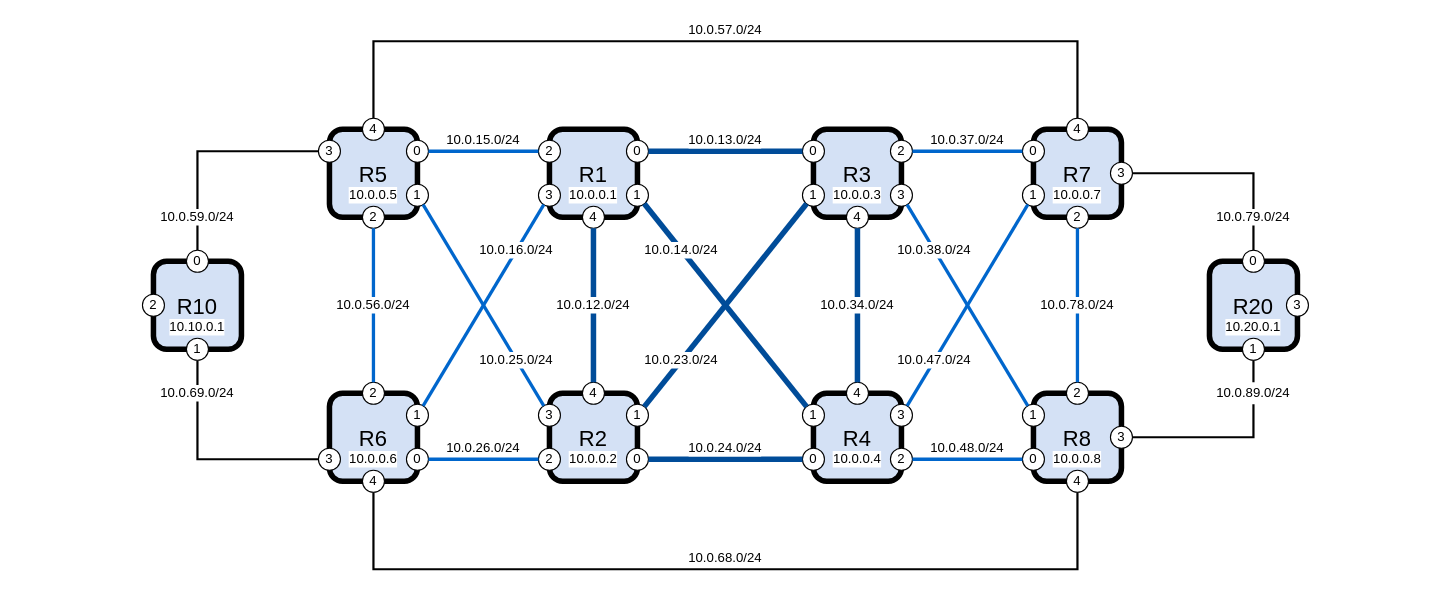
Above: topology/topology.drawio in omaxx/vlab (draw.io), before the change. Source tidied: cells renumbered, new cells numbered last; positions are measured from the earlier drawing's top-left corner, leaving out a move shared by most shapes. Both pictures are drawn from the tidied source at 110%, with x=0, y=0 at pixel (142, 19).
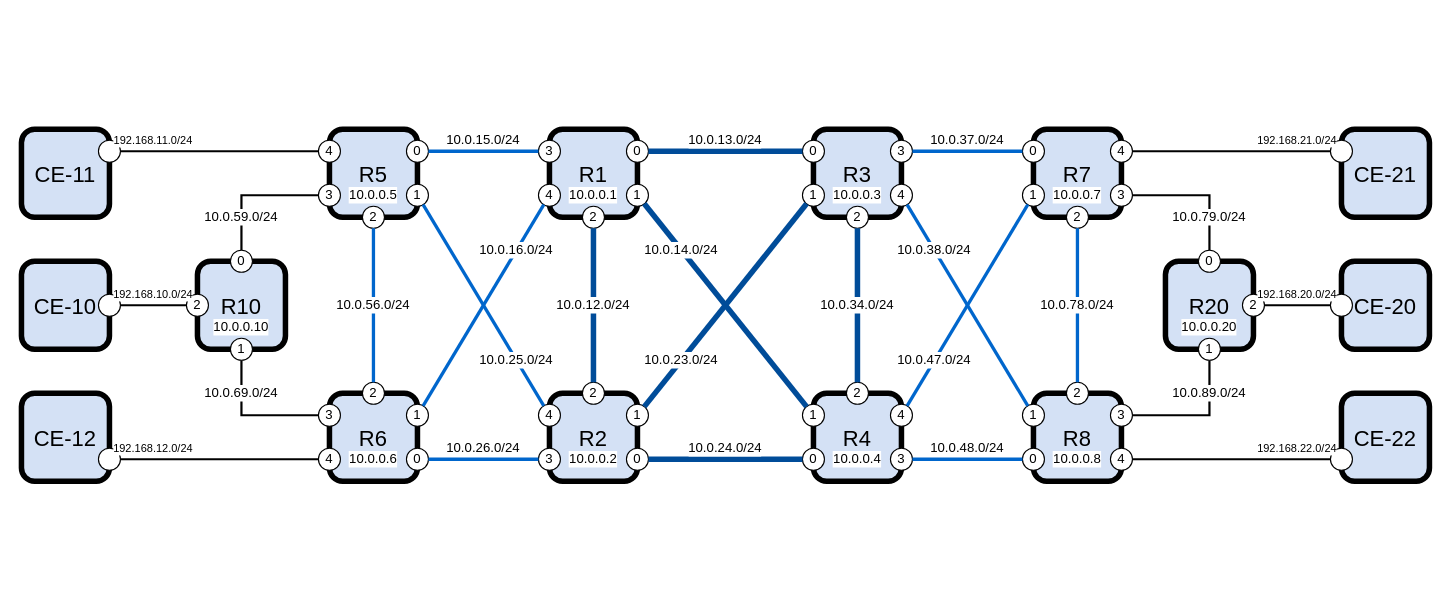
The same page after the edit.

Commit message (it also covers changes not shown here):
sp: new diagram - 6 Debian CE hosts, R1-R4 port order, no R5-R7/R6-R8

Change to the diagram source:
```diff
@@
     <mxCell id="11" value="R20" style="rounded=1;whiteSpace=wrap;html=1;strokeWidth=5;fontFamily=Helvetica;fontSize=20;perimeterSpacing=1;fillColor=#D4E1F5;" parent="1" vertex="1">
-      <mxGeometry x="970" y="220" width="80" height="80" as="geometry" />
+      <mxGeometry x="930" y="220" width="80" height="80" as="geometry" />
     </mxCell>
-    <mxCell id="12" value="2" style="ellipse;whiteSpace=wrap;html=1;" parent="1" vertex="1">
+    <mxCell id="12" value="3" style="ellipse;whiteSpace=wrap;html=1;" parent="1" vertex="1">
       <mxGeometry x="360" y="110" width="20" height="20" as="geometry" />
     </mxCell>
@@
-    <mxCell id="14" value="2" style="ellipse;whiteSpace=wrap;html=1;" parent="1" vertex="1">
+    <mxCell id="14" value="3" style="ellipse;whiteSpace=wrap;html=1;" parent="1" vertex="1">
       <mxGeometry x="360" y="390" width="20" height="20" as="geometry" />
     </mxCell>
@@
-    <mxCell id="19" value="2" style="ellipse;whiteSpace=wrap;html=1;" parent="1" vertex="1">
+    <mxCell id="19" value="3" style="ellipse;whiteSpace=wrap;html=1;" parent="1" vertex="1">
       <mxGeometry x="680" y="110" width="20" height="20" as="geometry" />
     </mxCell>
@@
-    <mxCell id="21" value="2" style="ellipse;whiteSpace=wrap;html=1;" parent="1" vertex="1">
+    <mxCell id="21" value="3" style="ellipse;whiteSpace=wrap;html=1;" parent="1" vertex="1">
       <mxGeometry x="680" y="390" width="20" height="20" as="geometry" />
     </mxCell>
@@
     <mxCell id="23" value="3" style="ellipse;whiteSpace=wrap;html=1;" parent="1" vertex="1">
-      <mxGeometry x="880" y="130" width="20" height="20" as="geometry" />
+      <mxGeometry x="880" y="150" width="20" height="20" as="geometry" />
     </mxCell>
+    <mxCell id="113" style="edgeStyle=orthogonalEdgeStyle;html=1;exitX=1;exitY=0.5;exitDx=0;exitDy=0;entryX=0.5;entryY=1;entryDx=0;entryDy=0;endArrow=none;endFill=0;rounded=0;curved=0;strokeWidth=2;" parent="1" edge="1" source="24" target="39">
+      <mxGeometry relative="1" as="geometry" />
+    </mxCell>
     <mxCell id="24" value="3" style="ellipse;whiteSpace=wrap;html=1;" parent="1" vertex="1">
-      <mxGeometry x="880" y="370" width="20" height="20" as="geometry" />
+      <mxGeometry x="880" y="350" width="20" height="20" as="geometry" />
     </mxCell>
     <mxCell id="25" value="3" style="ellipse;whiteSpace=wrap;html=1;" parent="1" vertex="1">
-      <mxGeometry x="160" y="390" width="20" height="20" as="geometry" />
+      <mxGeometry x="160" y="350" width="20" height="20" as="geometry" />
     </mxCell>
     <mxCell id="26" value="3" style="ellipse;whiteSpace=wrap;html=1;" parent="1" vertex="1">
-      <mxGeometry x="160" y="110" width="20" height="20" as="geometry" />
+      <mxGeometry x="160" y="150" width="20" height="20" as="geometry" />
     </mxCell>
@@
-    <mxCell id="29" value="4" style="ellipse;whiteSpace=wrap;html=1;" parent="1" vertex="1">
+    <mxCell id="29" value="2" style="ellipse;whiteSpace=wrap;html=1;" parent="1" vertex="1">
       <mxGeometry x="640" y="170" width="20" height="20" as="geometry" />
     </mxCell>
-    <mxCell id="30" value="4" style="ellipse;whiteSpace=wrap;html=1;" parent="1" vertex="1">
+    <mxCell id="30" value="2" style="ellipse;whiteSpace=wrap;html=1;" parent="1" vertex="1">
       <mxGeometry x="640" y="330" width="20" height="20" as="geometry" />
     </mxCell>
     <mxCell id="31" value="4" style="ellipse;whiteSpace=wrap;html=1;" parent="1" vertex="1">
-      <mxGeometry x="840" y="90" width="20" height="20" as="geometry" />
+      <mxGeometry x="880" y="110" width="20" height="20" as="geometry" />
     </mxCell>
     <mxCell id="32" value="4" style="ellipse;whiteSpace=wrap;html=1;" parent="1" vertex="1">
-      <mxGeometry x="840" y="410" width="20" height="20" as="geometry" />
+      <mxGeometry x="880" y="390" width="20" height="20" as="geometry" />
     </mxCell>
@@
-    <mxCell id="35" value="3" style="ellipse;whiteSpace=wrap;html=1;" parent="1" vertex="1">
+    <mxCell id="35" value="4" style="ellipse;whiteSpace=wrap;html=1;" parent="1" vertex="1">
       <mxGeometry x="360" y="150" width="20" height="20" as="geometry" />
     </mxCell>
-    <mxCell id="36" value="3" style="ellipse;whiteSpace=wrap;html=1;" parent="1" vertex="1">
+    <mxCell id="36" value="4" style="ellipse;whiteSpace=wrap;html=1;" parent="1" vertex="1">
       <mxGeometry x="360" y="350" width="20" height="20" as="geometry" />
     </mxCell>
@@
     <mxCell id="39" value="1" style="ellipse;whiteSpace=wrap;html=1;" parent="1" vertex="1">
-      <mxGeometry x="1000" y="290" width="20" height="20" as="geometry" />
+      <mxGeometry x="960" y="290" width="20" height="20" as="geometry" />
     </mxCell>
     <mxCell id="40" value="0" style="ellipse;whiteSpace=wrap;html=1;" parent="1" vertex="1">
-      <mxGeometry x="1000" y="210" width="20" height="20" as="geometry" />
+      <mxGeometry x="960" y="210" width="20" height="20" as="geometry" />
     </mxCell>
     <mxCell id="41" value="4" style="ellipse;whiteSpace=wrap;html=1;" parent="1" vertex="1">
-      <mxGeometry x="200" y="90" width="20" height="20" as="geometry" />
+      <mxGeometry x="160" y="110" width="20" height="20" as="geometry" />
     </mxCell>
     <mxCell id="42" value="4" style="ellipse;whiteSpace=wrap;html=1;" parent="1" vertex="1">
-      <mxGeometry x="200" y="410" width="20" height="20" as="geometry" />
+      <mxGeometry x="160" y="390" width="20" height="20" as="geometry" />
     </mxCell>
@@
-    <mxCell id="55" style="endArrow=none;html=1;rounded=0;strokeWidth=2;edgeStyle=orthogonalEdgeStyle;" parent="1" edge="1" source="32" target="42">
-      <mxGeometry relative="1" as="geometry">
-        <Array as="points">
-          <mxPoint x="850" y="500" />
-          <mxPoint x="210" y="500" />
-        </Array>
-      </mxGeometry>
-    </mxCell>
@@
     <mxCell id="57" style="endArrow=none;html=1;rounded=0;strokeWidth=2;edgeStyle=orthogonalEdgeStyle;" parent="1" edge="1" source="40" target="23">
       <mxGeometry relative="1" as="geometry">
         <Array as="points">
-          <mxPoint x="1010" y="140" />
+          <mxPoint x="970" y="160" />
         </Array>
       </mxGeometry>
     </mxCell>
-    <mxCell id="58" style="endArrow=none;html=1;rounded=0;strokeWidth=2;edgeStyle=orthogonalEdgeStyle;" parent="1" edge="1" source="111" target="39">
-      <mxGeometry relative="1" as="geometry" />
-    </mxCell>
-    <mxCell id="59" style="endArrow=none;html=1;rounded=0;strokeWidth=2;edgeStyle=orthogonalEdgeStyle;" parent="1" edge="1" source="31" target="41">
-      <mxGeometry relative="1" as="geometry">
-        <Array as="points">
-          <mxPoint x="850" y="20" />
-          <mxPoint x="210" y="20" />
-        </Array>
-      </mxGeometry>
-    </mxCell>
     <mxCell id="60" style="endArrow=none;html=1;rounded=0;strokeWidth=2;edgeStyle=orthogonalEdgeStyle;" parent="1" edge="1" source="106" target="26">
       <mxGeometry relative="1" as="geometry">
         <Array as="points">
-          <mxPoint x="50" y="120" />
+          <mxPoint x="90" y="160" />
         </Array>
       </mxGeometry>
     </mxCell>
     <mxCell id="61" style="endArrow=none;html=1;rounded=0;strokeWidth=2;edgeStyle=orthogonalEdgeStyle;" parent="1" edge="1" source="107" target="25">
       <mxGeometry relative="1" as="geometry">
         <Array as="points">
-          <mxPoint x="50" y="400" />
+          <mxPoint x="90" y="360" />
         </Array>
       </mxGeometry>
     </mxCell>
@@
-    <mxCell id="71" value="3" style="ellipse;whiteSpace=wrap;html=1;" parent="1" vertex="1">
-      <mxGeometry x="1040" y="250" width="20" height="20" as="geometry" />
+    <mxCell id="71" value="2" style="ellipse;whiteSpace=wrap;html=1;" parent="1" vertex="1">
+      <mxGeometry x="1000" y="250" width="20" height="20" as="geometry" />
     </mxCell>
@@
-    <mxCell id="78" value="10.0.57.0/24" style="rounded=0;whiteSpace=wrap;html=1;strokeColor=none;fillColor=none;labelBackgroundColor=default;" parent="1" vertex="1">
-      <mxGeometry x="490" width="80" height="20" as="geometry" />
-    </mxCell>
-    <mxCell id="79" value="10.0.68.0/24" style="rounded=0;whiteSpace=wrap;html=1;strokeColor=none;fillColor=none;labelBackgroundColor=default;" parent="1" vertex="1">
-      <mxGeometry x="490" y="480" width="80" height="20" as="geometry" />
-    </mxCell>
-    <mxCell id="80" value="10.20.0.1" style="rounded=0;whiteSpace=wrap;html=1;strokeColor=none;fillColor=none;labelBackgroundColor=default;fontStyle=0;" parent="1" vertex="1">
-      <mxGeometry x="970" y="270" width="80" height="20" as="geometry" />
+    <mxCell id="80" value="10.0.0.20" style="rounded=0;whiteSpace=wrap;html=1;strokeColor=none;fillColor=none;labelBackgroundColor=default;fontStyle=0;" parent="1" vertex="1">
+      <mxGeometry x="930" y="270" width="80" height="20" as="geometry" />
     </mxCell>
     <mxCell id="81" value="10.0.69.0/24" style="rounded=0;whiteSpace=wrap;html=1;strokeColor=none;fillColor=none;labelBackgroundColor=default;" parent="1" vertex="1">
-      <mxGeometry x="10" y="330" width="80" height="20" as="geometry" />
+      <mxGeometry x="50" y="330" width="80" height="20" as="geometry" />
     </mxCell>
@@
     <mxCell id="87" value="10.0.79.0/24" style="rounded=0;whiteSpace=wrap;html=1;strokeColor=none;fillColor=none;labelBackgroundColor=default;" parent="1" vertex="1">
-      <mxGeometry x="970" y="170" width="80" height="20" as="geometry" />
+      <mxGeometry x="930" y="170" width="80" height="20" as="geometry" />
     </mxCell>
-    <mxCell id="88" value="4" style="ellipse;whiteSpace=wrap;html=1;" parent="1" vertex="1">
+    <mxCell id="88" value="2" style="ellipse;whiteSpace=wrap;html=1;" parent="1" vertex="1">
       <mxGeometry x="400" y="170" width="20" height="20" as="geometry" />
     </mxCell>
-    <mxCell id="89" value="4" style="ellipse;whiteSpace=wrap;html=1;" parent="1" vertex="1">
+    <mxCell id="89" value="2" style="ellipse;whiteSpace=wrap;html=1;" parent="1" vertex="1">
       <mxGeometry x="400" y="330" width="20" height="20" as="geometry" />
     </mxCell>
@@
-    <mxCell id="92" value="3" style="ellipse;whiteSpace=wrap;html=1;" parent="1" vertex="1">
+    <mxCell id="92" value="4" style="ellipse;whiteSpace=wrap;html=1;" parent="1" vertex="1">
       <mxGeometry x="680" y="150" width="20" height="20" as="geometry" />
     </mxCell>
-    <mxCell id="93" value="3" style="ellipse;whiteSpace=wrap;html=1;" parent="1" vertex="1">
+    <mxCell id="93" value="4" style="ellipse;whiteSpace=wrap;html=1;" parent="1" vertex="1">
       <mxGeometry x="680" y="350" width="20" height="20" as="geometry" />
     </mxCell>
@@
     <mxCell id="104" value="R10" style="rounded=1;whiteSpace=wrap;html=1;strokeWidth=5;fontFamily=Helvetica;fontSize=20;perimeterSpacing=1;fillColor=#D4E1F5;" parent="1" vertex="1">
-      <mxGeometry x="10" y="220" width="80" height="80" as="geometry" />
+      <mxGeometry x="50" y="220" width="80" height="80" as="geometry" />
     </mxCell>
     <mxCell id="105" value="2" style="ellipse;whiteSpace=wrap;html=1;" parent="1" vertex="1">
-      <mxGeometry y="250" width="20" height="20" as="geometry" />
+      <mxGeometry x="40" y="250" width="20" height="20" as="geometry" />
     </mxCell>
     <mxCell id="106" value="0" style="ellipse;whiteSpace=wrap;html=1;" parent="1" vertex="1">
-      <mxGeometry x="40" y="210" width="20" height="20" as="geometry" />
+      <mxGeometry x="80" y="210" width="20" height="20" as="geometry" />
     </mxCell>
     <mxCell id="107" value="1" style="ellipse;whiteSpace=wrap;html=1;" parent="1" vertex="1">
-      <mxGeometry x="40" y="290" width="20" height="20" as="geometry" />
+      <mxGeometry x="80" y="290" width="20" height="20" as="geometry" />
     </mxCell>
-    <mxCell id="108" value="10.10.0.1" style="rounded=0;whiteSpace=wrap;html=1;strokeColor=none;fillColor=none;labelBackgroundColor=default;fontStyle=0;" parent="1" vertex="1">
-      <mxGeometry x="10" y="270" width="80" height="20" as="geometry" />
+    <mxCell id="108" value="10.0.0.10" style="rounded=0;whiteSpace=wrap;html=1;strokeColor=none;fillColor=none;labelBackgroundColor=default;fontStyle=0;" parent="1" vertex="1">
+      <mxGeometry x="50" y="270" width="80" height="20" as="geometry" />
     </mxCell>
     <mxCell id="109" value="10.0.59.0/24" style="rounded=0;whiteSpace=wrap;html=1;strokeColor=none;fillColor=none;labelBackgroundColor=default;" parent="1" vertex="1">
-      <mxGeometry x="10" y="170" width="80" height="20" as="geometry" />
+      <mxGeometry x="50" y="170" width="80" height="20" as="geometry" />
     </mxCell>
-    <mxCell id="110" style="endArrow=none;html=1;rounded=0;strokeWidth=2;edgeStyle=orthogonalEdgeStyle;" parent="1" edge="1" source="24" target="111">
-      <mxGeometry relative="1" as="geometry" />
-    </mxCell>
     <mxCell id="111" value="10.0.89.0/24" style="rounded=0;whiteSpace=wrap;html=1;strokeColor=none;fillColor=none;labelBackgroundColor=default;" parent="1" vertex="1">
-      <mxGeometry x="970" y="330" width="80" height="20" as="geometry" />
+      <mxGeometry x="930" y="330" width="80" height="20" as="geometry" />
     </mxCell>
@@
+    <mxCell id="114" value="CE-10" style="rounded=1;whiteSpace=wrap;html=1;strokeWidth=5;fontFamily=Helvetica;fontSize=20;perimeterSpacing=1;fillColor=#D4E1F5;" parent="1" vertex="1">
+      <mxGeometry x="-110" y="220" width="80" height="80" as="geometry" />
+    </mxCell>
+    <mxCell id="115" style="edgeStyle=none;html=1;exitX=1;exitY=0.5;exitDx=0;exitDy=0;entryX=0;entryY=0.5;entryDx=0;entryDy=0;strokeWidth=2;endArrow=none;endFill=0;" parent="1" edge="1" source="116" target="105">
+      <mxGeometry relative="1" as="geometry" />
+    </mxCell>
+    <mxCell id="116" style="ellipse;whiteSpace=wrap;html=1;" parent="1" vertex="1">
+      <mxGeometry x="-40" y="250" width="20" height="20" as="geometry" />
+    </mxCell>
+    <mxCell id="117" value="CE-11" style="rounded=1;whiteSpace=wrap;html=1;strokeWidth=5;fontFamily=Helvetica;fontSize=20;perimeterSpacing=1;fillColor=#D4E1F5;" parent="1" vertex="1">
+      <mxGeometry x="-110" y="100" width="80" height="80" as="geometry" />
+    </mxCell>
+    <mxCell id="118" value="CE-12" style="rounded=1;whiteSpace=wrap;html=1;strokeWidth=5;fontFamily=Helvetica;fontSize=20;perimeterSpacing=1;fillColor=#D4E1F5;" parent="1" vertex="1">
+      <mxGeometry x="-110" y="340" width="80" height="80" as="geometry" />
+    </mxCell>
+    <mxCell id="119" style="edgeStyle=none;html=1;exitX=1;exitY=0.5;exitDx=0;exitDy=0;entryX=0;entryY=0.5;entryDx=0;entryDy=0;endArrow=none;endFill=0;strokeWidth=2;" parent="1" edge="1" source="120" target="41">
+      <mxGeometry relative="1" as="geometry" />
+    </mxCell>
+    <mxCell id="120" style="ellipse;whiteSpace=wrap;html=1;" parent="1" vertex="1">
+      <mxGeometry x="-40" y="110" width="20" height="20" as="geometry" />
+    </mxCell>
+    <mxCell id="121" style="edgeStyle=none;html=1;exitX=1;exitY=0.5;exitDx=0;exitDy=0;entryX=0;entryY=0.5;entryDx=0;entryDy=0;endArrow=none;endFill=0;strokeWidth=2;" parent="1" edge="1" source="122" target="42">
+      <mxGeometry relative="1" as="geometry" />
+    </mxCell>
+    <mxCell id="122" style="ellipse;whiteSpace=wrap;html=1;" parent="1" vertex="1">
+      <mxGeometry x="-40" y="390" width="20" height="20" as="geometry" />
+    </mxCell>
+    <mxCell id="123" value="192.168.11.0/24" style="rounded=0;whiteSpace=wrap;html=1;strokeColor=none;fillColor=none;labelBackgroundColor=default;fontSize=10;" parent="1" vertex="1">
+      <mxGeometry x="-30" y="100" width="80" height="20" as="geometry" />
+    </mxCell>
+    <mxCell id="124" value="192.168.10.0/24" style="rounded=0;whiteSpace=wrap;html=1;strokeColor=none;fillColor=none;labelBackgroundColor=default;fontSize=10;" parent="1" vertex="1">
+      <mxGeometry x="-30" y="240" width="80" height="20" as="geometry" />
+    </mxCell>
+    <mxCell id="125" value="192.168.12.0/24" style="rounded=0;whiteSpace=wrap;html=1;strokeColor=none;fillColor=none;labelBackgroundColor=default;fontSize=10;" parent="1" vertex="1">
+      <mxGeometry x="-30" y="380" width="80" height="20" as="geometry" />
+    </mxCell>
+    <mxCell id="126" value="CE-20" style="rounded=1;whiteSpace=wrap;html=1;strokeWidth=5;fontFamily=Helvetica;fontSize=20;perimeterSpacing=1;fillColor=#D4E1F5;" parent="1" vertex="1">
+      <mxGeometry x="1090" y="220" width="80" height="80" as="geometry" />
+    </mxCell>
+    <mxCell id="127" value="CE-21" style="rounded=1;whiteSpace=wrap;html=1;strokeWidth=5;fontFamily=Helvetica;fontSize=20;perimeterSpacing=1;fillColor=#D4E1F5;" parent="1" vertex="1">
+      <mxGeometry x="1090" y="100" width="80" height="80" as="geometry" />
+    </mxCell>
+    <mxCell id="128" value="CE-22" style="rounded=1;whiteSpace=wrap;html=1;strokeWidth=5;fontFamily=Helvetica;fontSize=20;perimeterSpacing=1;fillColor=#D4E1F5;" parent="1" vertex="1">
+      <mxGeometry x="1090" y="340" width="80" height="80" as="geometry" />
+    </mxCell>
+    <mxCell id="129" style="edgeStyle=none;html=1;exitX=0;exitY=0.5;exitDx=0;exitDy=0;entryX=1;entryY=0.5;entryDx=0;entryDy=0;endArrow=none;endFill=0;strokeWidth=2;" parent="1" edge="1" source="130" target="31">
+      <mxGeometry relative="1" as="geometry" />
+    </mxCell>
+    <mxCell id="130" style="ellipse;whiteSpace=wrap;html=1;" parent="1" vertex="1">
+      <mxGeometry x="1080" y="110" width="20" height="20" as="geometry" />
+    </mxCell>
+    <mxCell id="131" style="edgeStyle=none;html=1;exitX=0;exitY=0.5;exitDx=0;exitDy=0;entryX=1;entryY=0.5;entryDx=0;entryDy=0;endArrow=none;endFill=0;strokeWidth=2;" parent="1" edge="1" source="132" target="32">
+      <mxGeometry relative="1" as="geometry" />
+    </mxCell>
+    <mxCell id="132" style="ellipse;whiteSpace=wrap;html=1;" parent="1" vertex="1">
+      <mxGeometry x="1080" y="390" width="20" height="20" as="geometry" />
+    </mxCell>
+    <mxCell id="133" style="edgeStyle=none;html=1;exitX=0;exitY=0.5;exitDx=0;exitDy=0;entryX=1;entryY=0.5;entryDx=0;entryDy=0;endArrow=none;endFill=0;strokeWidth=2;" parent="1" edge="1" source="134" target="71">
+      <mxGeometry relative="1" as="geometry" />
+    </mxCell>
+    <mxCell id="134" style="ellipse;whiteSpace=wrap;html=1;" parent="1" vertex="1">
+      <mxGeometry x="1080" y="250" width="20" height="20" as="geometry" />
+    </mxCell>
+    <mxCell id="135" value="192.168.21.0/24" style="rounded=0;whiteSpace=wrap;html=1;strokeColor=none;fillColor=none;labelBackgroundColor=default;fontSize=10;" parent="1" vertex="1">
+      <mxGeometry x="1010" y="100" width="80" height="20" as="geometry" />
+    </mxCell>
+    <mxCell id="136" value="192.168.20.0/24" style="rounded=0;whiteSpace=wrap;html=1;strokeColor=none;fillColor=none;labelBackgroundColor=default;fontSize=10;" parent="1" vertex="1">
+      <mxGeometry x="1010" y="240" width="80" height="20" as="geometry" />
+    </mxCell>
+    <mxCell id="137" value="192.168.22.0/24" style="rounded=0;whiteSpace=wrap;html=1;strokeColor=none;fillColor=none;labelBackgroundColor=default;fontSize=10;" parent="1" vertex="1">
+      <mxGeometry x="1010" y="380" width="80" height="20" as="geometry" />
+    </mxCell>
```
